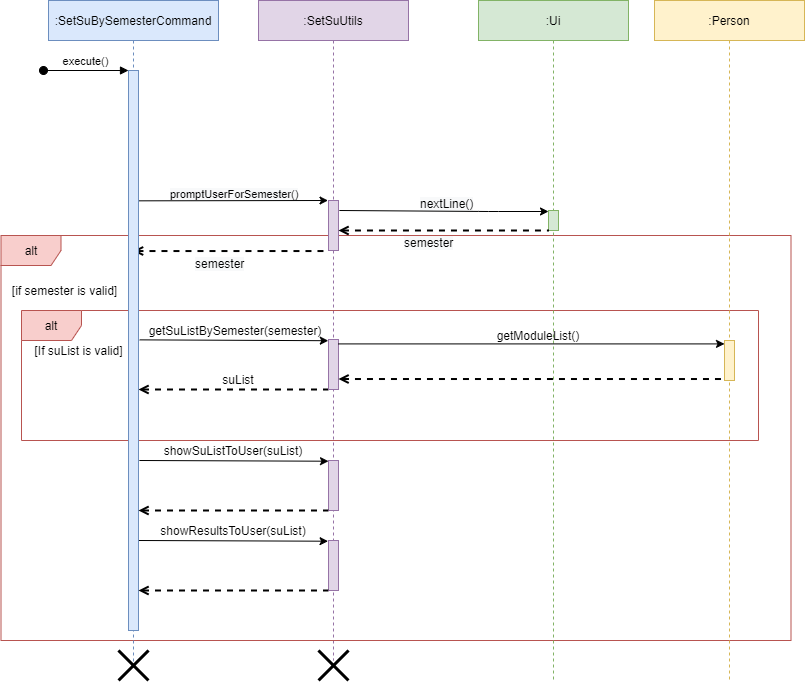
Above: docs/images/DeveloperGuide/setSuBySemesterCommand_sequence.png in vanessa-kang/tp (draw.io), before the change. Source tidied: cells renumbered, new cells last; positions are measured from the earlier drawing's top-left corner, leaving out a move shared by most shapes.
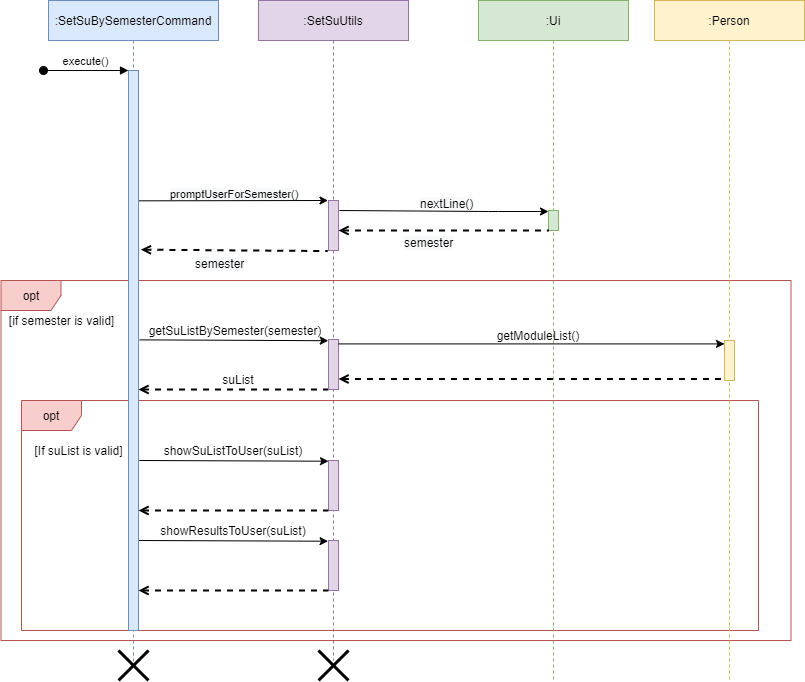
Above is the later version.

Commit message:
Fix minor error on the set su sequence diagram

Diff of the diagram source:
```diff
@@ -8,11 +8,11 @@
     <mxCell id="3" value=":SetSuUtils" style="shape=umlLifeline;perimeter=lifelinePerimeter;rounded=0;shadow=0;strokeWidth=1;fillColor=#e1d5e7;strokeColor=#9673a6;" parent="1" vertex="1">
       <mxGeometry x="258" width="150" height="660" as="geometry" />
     </mxCell>
-    <mxCell id="4" value="alt" style="shape=umlFrame;whiteSpace=wrap;html=1;fillColor=#f8cecc;strokeColor=#b85450;" parent="1" vertex="1">
-      <mxGeometry x="0.5" y="235" width="790" height="405" as="geometry" />
+    <mxCell id="4" value="opt" style="shape=umlFrame;whiteSpace=wrap;html=1;fillColor=#f8cecc;strokeColor=#b85450;" parent="1" vertex="1">
+      <mxGeometry x="0.5" y="280" width="790" height="360" as="geometry" />
     </mxCell>
-    <mxCell id="5" value="alt" style="shape=umlFrame;whiteSpace=wrap;html=1;fillColor=#f8cecc;strokeColor=#b85450;" parent="1" vertex="1">
-      <mxGeometry x="21" y="310" width="737" height="130" as="geometry" />
+    <mxCell id="5" value="opt" style="shape=umlFrame;whiteSpace=wrap;html=1;fillColor=#f8cecc;strokeColor=#b85450;" parent="1" vertex="1">
+      <mxGeometry x="21" y="400" width="737" height="230" as="geometry" />
     </mxCell>
     <mxCell id="6" value=":SetSuBySemesterCommand" style="shape=umlLifeline;perimeter=lifelinePerimeter;rounded=0;shadow=0;strokeWidth=1;fillColor=#dae8fc;strokeColor=#6c8ebf;" parent="1" vertex="1">
       <mxGeometry x="48" width="170" height="670" as="geometry" />
@@ -20,7 +20,7 @@
     <mxCell id="7" value=":Ui" style="shape=umlLifeline;perimeter=lifelinePerimeter;rounded=0;shadow=0;strokeWidth=1;fillColor=#d5e8d4;strokeColor=#82b366;" parent="1" vertex="1">
       <mxGeometry x="478" width="150" height="680" as="geometry" />
     </mxCell>
-    <mxCell id="8" style="endArrow=none;dashed=1;html=1;strokeWidth=2;entryX=-0.067;entryY=1.011;entryDx=0;entryDy=0;entryPerimeter=0;startArrow=open;startFill=0;" parent="1" edge="1" source="6" target="15">
+    <mxCell id="8" style="endArrow=none;dashed=1;html=1;strokeWidth=2;entryX=-0.067;entryY=1.011;entryDx=0;entryDy=0;entryPerimeter=0;startArrow=open;startFill=0;exitX=1.24;exitY=0.32;exitDx=0;exitDy=0;exitPerimeter=0;" parent="1" edge="1" source="13" target="15">
       <mxGeometry relative="1" as="geometry" />
     </mxCell>
     <mxCell id="9" style="endArrow=none;dashed=1;html=1;strokeWidth=2;entryX=-0.033;entryY=1.011;entryDx=0;entryDy=0;entryPerimeter=0;exitX=1.3;exitY=0.179;exitDx=0;exitDy=0;exitPerimeter=0;startArrow=open;startFill=0;" parent="1" edge="1">
@@ -59,7 +59,7 @@
       <mxGeometry x="318" y="650" width="30" height="30" as="geometry" />
     </mxCell>
     <mxCell id="18" value="[if semester is valid]" style="text;html=1;align=center;verticalAlign=middle;" parent="1" vertex="1">
-      <mxGeometry x="4" y="280" width="120" height="20" as="geometry" />
+      <mxGeometry x="0.5" y="310" width="120" height="20" as="geometry" />
     </mxCell>
     <mxCell id="19" style="endArrow=classic;html=1;entryX=-0.067;entryY=-0.011;entryDx=0;entryDy=0;entryPerimeter=0;exitX=1.033;exitY=0.3;exitDx=0;exitDy=0;exitPerimeter=0;" parent="1" edge="1">
       <mxGeometry relative="1" as="geometry">
@@ -97,7 +97,7 @@
       <mxGeometry x="328" y="339" width="10" height="50" as="geometry" />
     </mxCell>
     <mxCell id="27" value="[If suList&amp;nbsp;is valid]" style="text;html=1;align=center;verticalAlign=middle;" parent="1" vertex="1">
-      <mxGeometry x="28" y="340" width="100" height="20" as="geometry" />
+      <mxGeometry x="28" y="440" width="100" height="20" as="geometry" />
     </mxCell>
     <mxCell id="28" style="perimeter=orthogonalPerimeter;rounded=0;shadow=0;strokeWidth=1;fillColor=#e1d5e7;strokeColor=#9673a6;" parent="1" vertex="1">
       <mxGeometry x="328" y="460" width="10" height="50" as="geometry" />
```
